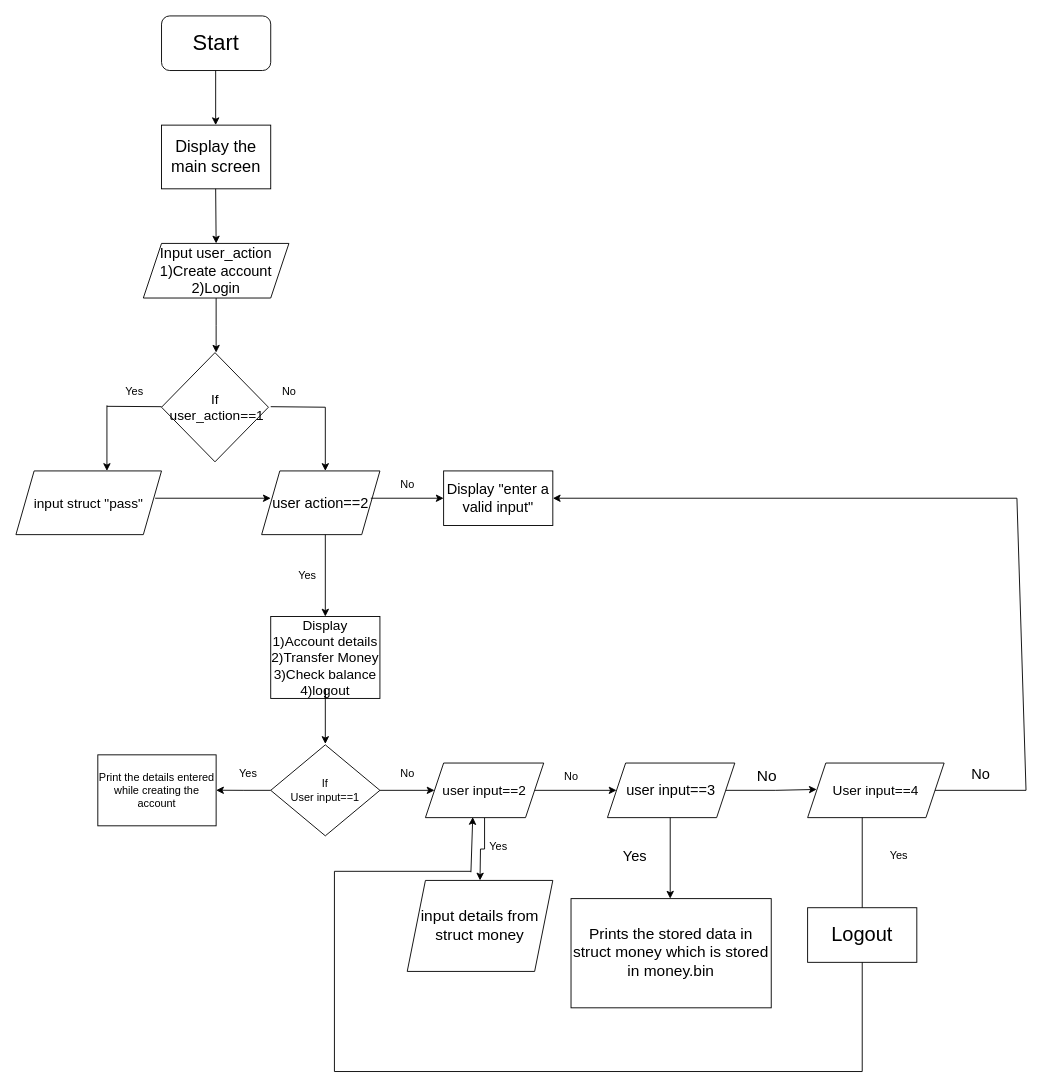
MadaraUchiha2006/Bank_Management_System keeps this draw.io diagram as Untitled Diagram.drawio. Above is the earlier version. Source tidied: cells renumbered, new cells numbered last; positions are measured from the earlier drawing's top-left corner, leaving out a move shared by most shapes. Both pictures are drawn from the tidied source at 91%, with x=0, y=0 at pixel (15, 15).
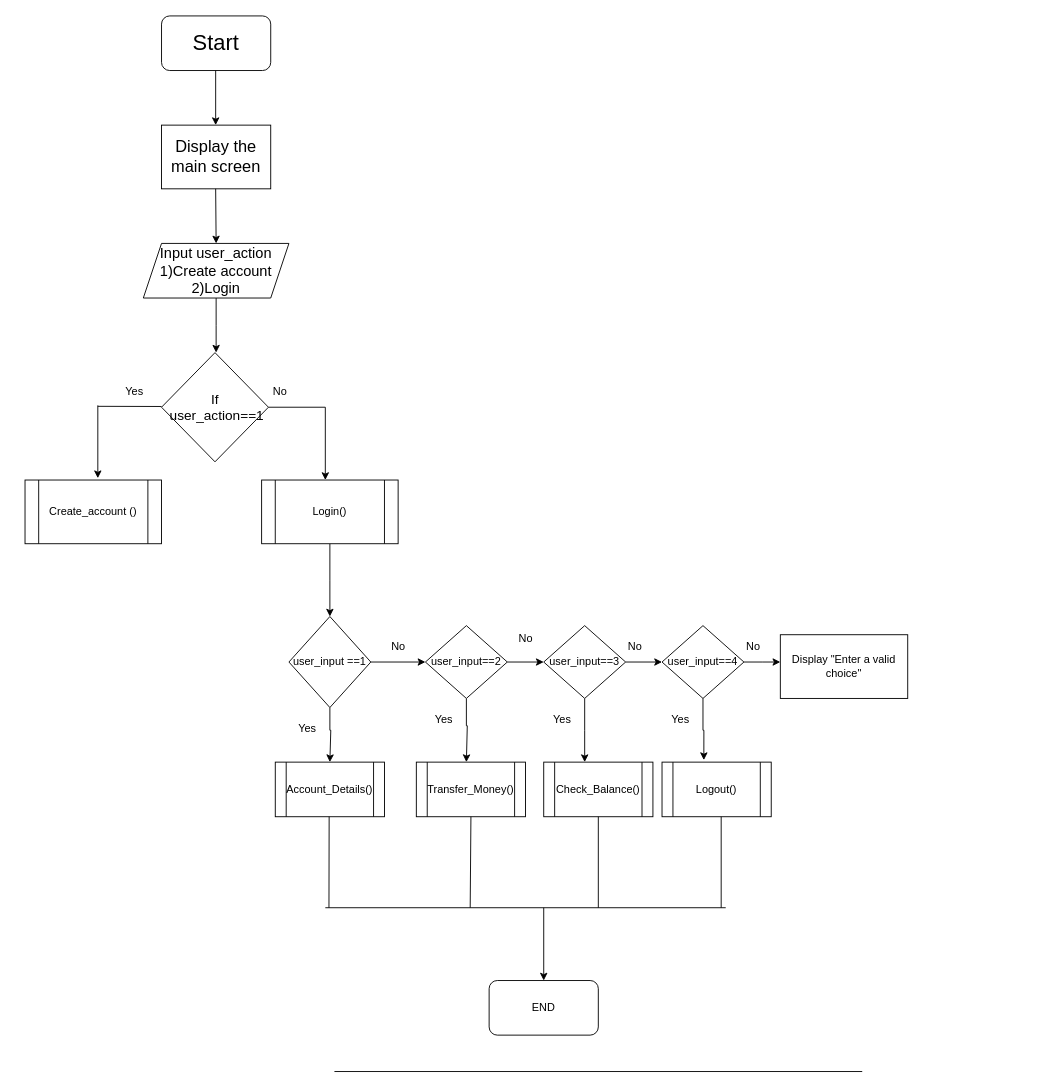
The same diagram, later.

What changed in the source:
```diff
@@
+    <mxCell id="46" style="endArrow=none;html=1;rounded=0;" parent="1" edge="1">
+      <mxGeometry relative="1" as="geometry">
+        <mxPoint x="350" y="1160" as="sourcePoint" />
+        <mxPoint x="930" y="1160" as="targetPoint" />
+      </mxGeometry>
+    </mxCell>
@@
-    <mxCell id="10" value="No" style="text;html=1;align=center;verticalAlign=middle;strokeColor=none;fillColor=none;" parent="1" vertex="1">
-      <mxGeometry x="280" y="398" width="40" height="30" as="geometry" />
-    </mxCell>
-    <mxCell id="11" style="endArrow=none;html=1;rounded=0;" parent="1" edge="1">
-      <mxGeometry relative="1" as="geometry">
-        <mxPoint x="100" y="429" as="sourcePoint" />
-        <mxPoint x="160" y="429.4" as="targetPoint" />
-      </mxGeometry>
-    </mxCell>
-    <mxCell id="12" style="endArrow=classic;html=1;rounded=0;" parent="1" edge="1">
-      <mxGeometry relative="1" as="geometry">
-        <mxPoint x="100" y="428" as="sourcePoint" />
-        <mxPoint x="100" y="500" as="targetPoint" />
-      </mxGeometry>
-    </mxCell>
-    <mxCell id="13" value="&lt;font style=&quot;font-size: 15px;&quot;&gt;input struct &quot;pass&quot;&lt;/font&gt;" style="shape=parallelogram;perimeter=parallelogramPerimeter;whiteSpace=wrap;html=1;fixedSize=1;" parent="1" vertex="1">
-      <mxGeometry y="500" width="160" height="70" as="geometry" />
-    </mxCell>
-    <mxCell id="14" style="endArrow=none;html=1;rounded=0;" parent="1" edge="1">
-      <mxGeometry relative="1" as="geometry">
-        <mxPoint x="280" y="429.4" as="sourcePoint" />
-        <mxPoint x="340" y="430" as="targetPoint" />
-      </mxGeometry>
-    </mxCell>
-    <mxCell id="15" style="endArrow=classic;html=1;rounded=0;" parent="1" edge="1">
-      <mxGeometry relative="1" as="geometry">
-        <mxPoint x="340" y="430" as="sourcePoint" />
-        <mxPoint x="340" y="500" as="targetPoint" />
-      </mxGeometry>
-    </mxCell>
-    <mxCell id="16" value="&lt;font style=&quot;font-size: 16px;&quot;&gt;user action==2&lt;/font&gt;" style="shape=parallelogram;perimeter=parallelogramPerimeter;whiteSpace=wrap;html=1;fixedSize=1;" parent="1" vertex="1">
-      <mxGeometry x="270" y="500" width="130" height="70" as="geometry" />
-    </mxCell>
-    <mxCell id="17" style="endArrow=classic;html=1;rounded=0;" parent="1" edge="1">
-      <mxGeometry relative="1" as="geometry">
-        <mxPoint x="153" y="530" as="sourcePoint" />
-        <mxPoint x="280" y="530" as="targetPoint" />
-      </mxGeometry>
-    </mxCell>
-    <mxCell id="18" style="endArrow=classic;html=1;rounded=0;" parent="1" edge="1">
-      <mxGeometry relative="1" as="geometry">
-        <mxPoint x="340" y="570" as="sourcePoint" />
-        <mxPoint x="340" y="660" as="targetPoint" />
-      </mxGeometry>
-    </mxCell>
-    <mxCell id="19" style="endArrow=classic;html=1;rounded=0;" parent="1" edge="1">
-      <mxGeometry relative="1" as="geometry">
-        <mxPoint x="390" y="530" as="sourcePoint" />
-        <mxPoint x="470" y="530" as="targetPoint" />
-      </mxGeometry>
-    </mxCell>
-    <mxCell id="20" value="&lt;font style=&quot;font-size: 16px;&quot;&gt;Display &quot;enter a valid input&quot;&lt;/font&gt;" style="rounded=0;whiteSpace=wrap;html=1;" parent="1" vertex="1">
-      <mxGeometry x="470" y="500" width="120" height="60" as="geometry" />
-    </mxCell>
-    <mxCell id="21" value="No" style="text;html=1;align=center;verticalAlign=middle;strokeColor=none;fillColor=none;" parent="1" vertex="1">
-      <mxGeometry x="410" y="500" width="40" height="30" as="geometry" />
-    </mxCell>
-    <mxCell id="22" value="Yes" style="text;html=1;align=center;verticalAlign=middle;strokeColor=none;fillColor=none;" parent="1" vertex="1">
-      <mxGeometry x="300" y="600" width="40" height="30" as="geometry" />
-    </mxCell>
-    <mxCell id="23" value="&lt;font style=&quot;font-size: 15px;&quot;&gt;Display&lt;br&gt;1)Account details&lt;br&gt;2)Transfer Money&lt;br&gt;3)Check balance&lt;br&gt;4)logout&lt;/font&gt;" style="rounded=0;whiteSpace=wrap;html=1;" parent="1" vertex="1">
-      <mxGeometry x="280" y="660" width="120" height="90" as="geometry" />
-    </mxCell>
-    <mxCell id="24" style="endArrow=classic;html=1;rounded=0;exitX=-0.027;exitY=0.368;exitDx=0;exitDy=0;exitPerimeter=0;" parent="1" edge="1">
-      <mxGeometry relative="1" as="geometry">
-        <mxPoint x="340" y="750" as="sourcePoint" />
-        <mxPoint x="340" y="800" as="targetPoint" />
-        <Array as="points">
-          <mxPoint x="340" y="740" />
-        </Array>
-      </mxGeometry>
-    </mxCell>
-    <mxCell id="25" style="edgeStyle=orthogonalEdgeStyle;rounded=0;jettySize=auto;html=1;exitX=0;exitY=0.5;exitDx=0;exitDy=0;" parent="1" edge="1" source="27">
-      <mxGeometry relative="1" as="geometry">
-        <mxPoint x="220" y="850.9" as="targetPoint" />
-      </mxGeometry>
-    </mxCell>
-    <mxCell id="26" style="edgeStyle=orthogonalEdgeStyle;rounded=0;jettySize=auto;html=1;exitX=1;exitY=0.5;exitDx=0;exitDy=0;entryX=0;entryY=0.5;entryDx=0;entryDy=0;" parent="1" edge="1" source="27" target="32">
-      <mxGeometry relative="1" as="geometry" />
-    </mxCell>
-    <mxCell id="27" value="If &lt;br&gt;User input==1" style="rhombus;whiteSpace=wrap;html=1;" parent="1" vertex="1">
-      <mxGeometry x="280" y="801" width="120" height="100" as="geometry" />
-    </mxCell>
-    <mxCell id="28" value="Yes" style="text;html=1;align=center;verticalAlign=middle;strokeColor=none;fillColor=none;" parent="1" vertex="1">
-      <mxGeometry x="235" y="818" width="40" height="30" as="geometry" />
-    </mxCell>
-    <mxCell id="29" value="Print the details entered while creating the account" style="rounded=0;whiteSpace=wrap;html=1;" parent="1" vertex="1">
-      <mxGeometry x="90" y="812" width="130" height="78" as="geometry" />
-    </mxCell>
-    <mxCell id="30" style="edgeStyle=orthogonalEdgeStyle;rounded=0;jettySize=auto;html=1;exitX=0.5;exitY=1;exitDx=0;exitDy=0;" parent="1" edge="1" source="32">
-      <mxGeometry relative="1" as="geometry">
-        <mxPoint x="510" y="950" as="targetPoint" />
-      </mxGeometry>
-    </mxCell>
-    <mxCell id="31" style="edgeStyle=orthogonalEdgeStyle;rounded=0;jettySize=auto;html=1;exitX=1;exitY=0.5;exitDx=0;exitDy=0;entryX=0;entryY=0.5;entryDx=0;entryDy=0;" parent="1" edge="1" source="32" target="38">
-      <mxGeometry relative="1" as="geometry" />
-    </mxCell>
-    <mxCell id="32" value="&lt;font style=&quot;font-size: 15px;&quot;&gt;user input==2&lt;/font&gt;" style="shape=parallelogram;perimeter=parallelogramPerimeter;whiteSpace=wrap;html=1;fixedSize=1;" parent="1" vertex="1">
-      <mxGeometry x="450" y="821" width="130" height="60" as="geometry" />
-    </mxCell>
-    <mxCell id="33" value="No&lt;br&gt;" style="text;html=1;align=center;verticalAlign=middle;strokeColor=none;fillColor=none;" parent="1" vertex="1">
-      <mxGeometry x="410" y="818" width="40" height="30" as="geometry" />
-    </mxCell>
-    <mxCell id="34" value="&lt;font style=&quot;font-size: 17px;&quot;&gt;input details from struct money&lt;/font&gt;" style="shape=parallelogram;perimeter=parallelogramPerimeter;whiteSpace=wrap;html=1;fixedSize=1;" parent="1" vertex="1">
-      <mxGeometry x="430" y="950" width="160" height="100" as="geometry" />
-    </mxCell>
-    <mxCell id="35" value="Yes" style="text;html=1;align=center;verticalAlign=middle;points=[];strokeColor=none;fillColor=none;" parent="1" vertex="1">
-      <mxGeometry x="510" y="898" width="40" height="30" as="geometry" />
-    </mxCell>
-    <mxCell id="36" value="No&lt;br&gt;" style="text;html=1;align=center;verticalAlign=middle;strokeColor=none;fillColor=none;" parent="1" vertex="1">
-      <mxGeometry x="590" y="821" width="40" height="30" as="geometry" />
-    </mxCell>
-    <mxCell id="37" style="edgeStyle=orthogonalEdgeStyle;rounded=0;jettySize=auto;html=1;exitX=1;exitY=0.5;exitDx=0;exitDy=0;" parent="1" edge="1" source="38">
-      <mxGeometry relative="1" as="geometry">
-        <mxPoint x="880" y="850" as="targetPoint" />
-      </mxGeometry>
-    </mxCell>
-    <mxCell id="38" value="&lt;font style=&quot;font-size: 16px;&quot;&gt;user input==3&lt;/font&gt;" style="shape=parallelogram;perimeter=parallelogramPerimeter;whiteSpace=wrap;html=1;fixedSize=1;" parent="1" vertex="1">
-      <mxGeometry x="650" y="821" width="140" height="60" as="geometry" />
-    </mxCell>
-    <mxCell id="39" value="&lt;font style=&quot;font-size: 17px;&quot;&gt;Prints the stored data in struct money which is stored in money.bin&lt;/font&gt;" style="rounded=0;whiteSpace=wrap;html=1;" parent="1" vertex="1">
-      <mxGeometry x="610" y="970" width="220" height="120" as="geometry" />
-    </mxCell>
-    <mxCell id="40" style="endArrow=classic;html=1;rounded=0;" parent="1" edge="1">
-      <mxGeometry relative="1" as="geometry">
-        <mxPoint x="719" y="881" as="sourcePoint" />
-        <mxPoint x="719" y="970" as="targetPoint" />
-      </mxGeometry>
-    </mxCell>
-    <mxCell id="41" value="&lt;font style=&quot;font-size: 16px;&quot;&gt;Yes&lt;/font&gt;" style="text;html=1;align=center;verticalAlign=middle;strokeColor=none;fillColor=none;" parent="1" vertex="1">
-      <mxGeometry x="655" y="908" width="50" height="30" as="geometry" />
-    </mxCell>
-    <mxCell id="42" value="&lt;font style=&quot;font-size: 17px;&quot;&gt;No&lt;/font&gt;" style="text;html=1;align=center;verticalAlign=middle;strokeColor=none;fillColor=none;" parent="1" vertex="1">
-      <mxGeometry x="800" y="821" width="50" height="30" as="geometry" />
-    </mxCell>
-    <mxCell id="43" value="&lt;font style=&quot;font-size: 15px;&quot;&gt;User input==4&lt;/font&gt;" style="shape=parallelogram;perimeter=parallelogramPerimeter;whiteSpace=wrap;html=1;fixedSize=1;" parent="1" vertex="1">
-      <mxGeometry x="870" y="821" width="150" height="60" as="geometry" />
-    </mxCell>
-    <mxCell id="44" value="Yes" style="text;html=1;align=center;verticalAlign=middle;strokeColor=none;fillColor=none;" parent="1" vertex="1">
-      <mxGeometry x="950" y="908" width="40" height="30" as="geometry" />
-    </mxCell>
-    <mxCell id="45" style="endArrow=none;html=1;rounded=0;" parent="1" edge="1">
-      <mxGeometry relative="1" as="geometry">
-        <mxPoint x="930" y="881" as="sourcePoint" />
-        <mxPoint x="930" y="1160" as="targetPoint" />
-      </mxGeometry>
-    </mxCell>
-    <mxCell id="46" style="endArrow=none;html=1;rounded=0;" parent="1" edge="1">
-      <mxGeometry relative="1" as="geometry">
-        <mxPoint x="350" y="1160" as="sourcePoint" />
-        <mxPoint x="930" y="1160" as="targetPoint" />
-      </mxGeometry>
-    </mxCell>
-    <mxCell id="47" style="endArrow=none;html=1;rounded=0;" parent="1" edge="1">
-      <mxGeometry relative="1" as="geometry">
-        <mxPoint x="350" y="1160" as="sourcePoint" />
-        <mxPoint x="350" y="940" as="targetPoint" />
-      </mxGeometry>
-    </mxCell>
-    <mxCell id="48" style="endArrow=none;html=1;rounded=0;entryX=-0.25;entryY=1.4;entryDx=0;entryDy=0;entryPerimeter=0;" parent="1" edge="1" target="35">
-      <mxGeometry relative="1" as="geometry">
-        <mxPoint x="350" y="940" as="sourcePoint" />
-      </mxGeometry>
-    </mxCell>
-    <mxCell id="49" style="endArrow=classic;html=1;rounded=0;entryX=0.4;entryY=0.99;entryDx=0;entryDy=0;entryPerimeter=0;" parent="1" edge="1" target="32">
-      <mxGeometry relative="1" as="geometry">
-        <mxPoint x="500" y="941" as="sourcePoint" />
-      </mxGeometry>
-    </mxCell>
-    <mxCell id="50" value="&lt;font style=&quot;font-size: 22px;&quot;&gt;Logout&lt;/font&gt;" style="rounded=0;whiteSpace=wrap;html=1;" parent="1" vertex="1">
-      <mxGeometry x="870" y="980" width="120" height="60" as="geometry" />
-    </mxCell>
-    <mxCell id="51" style="endArrow=none;html=1;rounded=0;" parent="1" edge="1">
-      <mxGeometry relative="1" as="geometry">
-        <mxPoint x="1010" y="851" as="sourcePoint" />
-        <mxPoint x="1110" y="851" as="targetPoint" />
-      </mxGeometry>
-    </mxCell>
-    <mxCell id="52" value="&lt;font style=&quot;font-size: 16px;&quot;&gt;No&lt;/font&gt;" style="text;html=1;align=center;verticalAlign=middle;strokeColor=none;fillColor=none;" parent="1" vertex="1">
-      <mxGeometry x="1040" y="818" width="40" height="30" as="geometry" />
-    </mxCell>
-    <mxCell id="53" style="endArrow=none;html=1;rounded=0;" parent="1" edge="1">
-      <mxGeometry relative="1" as="geometry">
-        <mxPoint x="1100" y="530" as="sourcePoint" />
-        <mxPoint x="1110" y="851" as="targetPoint" />
-      </mxGeometry>
-    </mxCell>
-    <mxCell id="54" style="endArrow=classic;html=1;rounded=0;entryX=1;entryY=0.5;entryDx=0;entryDy=0;" parent="1" edge="1" target="20">
-      <mxGeometry relative="1" as="geometry">
-        <mxPoint x="1100" y="530" as="sourcePoint" />
-      </mxGeometry>
-    </mxCell>
+    <mxCell id="55" value="No" style="text;html=1;align=center;verticalAlign=middle;strokeColor=none;fillColor=none;" parent="1" vertex="1">
+      <mxGeometry x="270" y="398" width="40" height="30" as="geometry" />
+    </mxCell>
+    <mxCell id="56" style="endArrow=classic;html=1;rounded=0;" parent="1" edge="1">
+      <mxGeometry relative="1" as="geometry">
+        <mxPoint x="90" y="428" as="sourcePoint" />
+        <mxPoint x="90" y="508" as="targetPoint" />
+      </mxGeometry>
+    </mxCell>
+    <mxCell id="57" style="endArrow=none;html=1;rounded=0;entryX=0.083;entryY=0.767;entryDx=0;entryDy=0;entryPerimeter=0;" parent="1" edge="1">
+      <mxGeometry relative="1" as="geometry">
+        <mxPoint x="90" y="429" as="sourcePoint" />
+        <mxPoint x="160" y="429.2" as="targetPoint" />
+      </mxGeometry>
+    </mxCell>
+    <mxCell id="58" value="Create_account ()" style="shape=process;whiteSpace=wrap;html=1;backgroundOutline=1;" parent="1" vertex="1">
+      <mxGeometry x="10" y="510" width="150" height="70" as="geometry" />
+    </mxCell>
+    <mxCell id="59" style="endArrow=none;html=1;rounded=0;" parent="1" edge="1">
+      <mxGeometry relative="1" as="geometry">
+        <mxPoint x="277.5" y="430" as="sourcePoint" />
+        <mxPoint x="340" y="430" as="targetPoint" />
+      </mxGeometry>
+    </mxCell>
+    <mxCell id="60" style="endArrow=classic;html=1;rounded=0;" parent="1" edge="1">
+      <mxGeometry relative="1" as="geometry">
+        <mxPoint x="340" y="430" as="sourcePoint" />
+        <mxPoint x="340" y="510" as="targetPoint" />
+      </mxGeometry>
+    </mxCell>
+    <mxCell id="61" style="edgeStyle=orthogonalEdgeStyle;rounded=0;jettySize=auto;html=1;exitX=0.5;exitY=1;exitDx=0;exitDy=0;" parent="1" edge="1" source="62">
+      <mxGeometry relative="1" as="geometry">
+        <mxPoint x="345" y="660" as="targetPoint" />
+      </mxGeometry>
+    </mxCell>
+    <mxCell id="62" value="Login()" style="shape=process;whiteSpace=wrap;html=1;backgroundOutline=1;" parent="1" vertex="1">
+      <mxGeometry x="270" y="510" width="150" height="70" as="geometry" />
+    </mxCell>
+    <mxCell id="63" style="edgeStyle=orthogonalEdgeStyle;rounded=0;jettySize=auto;html=1;exitX=0.5;exitY=1;exitDx=0;exitDy=0;" parent="1" edge="1" source="65">
+      <mxGeometry relative="1" as="geometry">
+        <mxPoint x="345" y="820" as="targetPoint" />
+        <Array as="points">
+          <mxPoint x="345" y="785" />
+          <mxPoint x="346" y="810" />
+        </Array>
+      </mxGeometry>
+    </mxCell>
+    <mxCell id="64" style="edgeStyle=orthogonalEdgeStyle;rounded=0;jettySize=auto;html=1;exitX=1;exitY=0.5;exitDx=0;exitDy=0;" parent="1" edge="1" source="65" target="68">
+      <mxGeometry relative="1" as="geometry" />
+    </mxCell>
+    <mxCell id="65" value="user_input ==1" style="rhombus;whiteSpace=wrap;html=1;" parent="1" vertex="1">
+      <mxGeometry x="300" y="660" width="90" height="100" as="geometry" />
+    </mxCell>
+    <mxCell id="66" style="edgeStyle=orthogonalEdgeStyle;rounded=0;jettySize=auto;html=1;exitX=1;exitY=0.5;exitDx=0;exitDy=0;" parent="1" edge="1" source="68" target="71">
+      <mxGeometry relative="1" as="geometry" />
+    </mxCell>
+    <mxCell id="67" style="edgeStyle=orthogonalEdgeStyle;rounded=0;jettySize=auto;html=1;exitX=0.5;exitY=1;exitDx=0;exitDy=0;" parent="1" edge="1" source="68">
+      <mxGeometry relative="1" as="geometry">
+        <mxPoint x="495" y="820" as="targetPoint" />
+        <Array as="points">
+          <mxPoint x="495" y="780" />
+          <mxPoint x="496" y="810" />
+        </Array>
+      </mxGeometry>
+    </mxCell>
+    <mxCell id="68" value="user_input==2" style="rhombus;whiteSpace=wrap;html=1;" parent="1" vertex="1">
+      <mxGeometry x="450" y="670" width="90" height="80" as="geometry" />
+    </mxCell>
+    <mxCell id="69" style="edgeStyle=orthogonalEdgeStyle;rounded=0;jettySize=auto;html=1;exitX=1;exitY=0.5;exitDx=0;exitDy=0;" parent="1" edge="1" source="71" target="73">
+      <mxGeometry relative="1" as="geometry" />
+    </mxCell>
+    <mxCell id="70" style="edgeStyle=orthogonalEdgeStyle;rounded=0;jettySize=auto;html=1;exitX=0.5;exitY=1;exitDx=0;exitDy=0;" parent="1" edge="1" source="71">
+      <mxGeometry relative="1" as="geometry">
+        <mxPoint x="625" y="820" as="targetPoint" />
+      </mxGeometry>
+    </mxCell>
+    <mxCell id="71" value="user_input==3" style="rhombus;whiteSpace=wrap;html=1;" parent="1" vertex="1">
+      <mxGeometry x="580" y="670" width="90" height="80" as="geometry" />
+    </mxCell>
+    <mxCell id="72" style="edgeStyle=orthogonalEdgeStyle;rounded=0;jettySize=auto;html=1;exitX=1;exitY=0.5;exitDx=0;exitDy=0;" parent="1" edge="1" source="73">
+      <mxGeometry relative="1" as="geometry">
+        <mxPoint x="840" y="710" as="targetPoint" />
+      </mxGeometry>
+    </mxCell>
+    <mxCell id="73" value="user_input==4" style="rhombus;whiteSpace=wrap;html=1;" parent="1" vertex="1">
+      <mxGeometry x="710" y="670" width="90" height="80" as="geometry" />
+    </mxCell>
+    <mxCell id="74" value="Yes" style="text;html=1;align=center;verticalAlign=middle;strokeColor=none;fillColor=none;" parent="1" vertex="1">
+      <mxGeometry x="300" y="768" width="40" height="30" as="geometry" />
+    </mxCell>
+    <mxCell id="75" value="No" style="text;html=1;align=center;verticalAlign=middle;strokeColor=none;fillColor=none;" parent="1" vertex="1">
+      <mxGeometry x="400" y="678" width="40" height="30" as="geometry" />
+    </mxCell>
+    <mxCell id="76" value="Yes" style="text;html=1;align=center;verticalAlign=middle;strokeColor=none;fillColor=none;" parent="1" vertex="1">
+      <mxGeometry x="450" y="758" width="40" height="30" as="geometry" />
+    </mxCell>
+    <mxCell id="77" value="No" style="text;html=1;align=center;verticalAlign=middle;strokeColor=none;fillColor=none;" parent="1" vertex="1">
+      <mxGeometry x="540" y="670" width="40" height="30" as="geometry" />
+    </mxCell>
+    <mxCell id="78" value="Yes" style="text;html=1;align=center;verticalAlign=middle;strokeColor=none;fillColor=none;" parent="1" vertex="1">
+      <mxGeometry x="580" y="758" width="40" height="30" as="geometry" />
+    </mxCell>
+    <mxCell id="79" value="No" style="text;html=1;align=center;verticalAlign=middle;strokeColor=none;fillColor=none;" parent="1" vertex="1">
+      <mxGeometry x="660" y="678" width="40" height="30" as="geometry" />
+    </mxCell>
+    <mxCell id="80" value="Yes" style="text;html=1;align=center;verticalAlign=middle;strokeColor=none;fillColor=none;" parent="1" vertex="1">
+      <mxGeometry x="710" y="758" width="40" height="30" as="geometry" />
+    </mxCell>
+    <mxCell id="81" value="No" style="text;html=1;align=center;verticalAlign=middle;strokeColor=none;fillColor=none;" parent="1" vertex="1">
+      <mxGeometry x="790" y="678" width="40" height="30" as="geometry" />
+    </mxCell>
+    <mxCell id="82" value="Display &quot;Enter a valid choice&quot;" style="rounded=0;whiteSpace=wrap;html=1;" parent="1" vertex="1">
+      <mxGeometry x="840" y="680" width="140" height="70" as="geometry" />
+    </mxCell>
+    <mxCell id="83" value="Account_Details()" style="shape=process;whiteSpace=wrap;html=1;backgroundOutline=1;" parent="1" vertex="1">
+      <mxGeometry x="285" y="820" width="120" height="60" as="geometry" />
+    </mxCell>
+    <mxCell id="84" value="Transfer_Money()" style="shape=process;whiteSpace=wrap;html=1;backgroundOutline=1;" parent="1" vertex="1">
+      <mxGeometry x="440" y="820" width="120" height="60" as="geometry" />
+    </mxCell>
+    <mxCell id="85" value="Check_Balance()" style="shape=process;whiteSpace=wrap;html=1;backgroundOutline=1;" parent="1" vertex="1">
+      <mxGeometry x="580" y="820" width="120" height="60" as="geometry" />
+    </mxCell>
+    <mxCell id="86" value="Logout()" style="shape=process;whiteSpace=wrap;html=1;backgroundOutline=1;" parent="1" vertex="1">
+      <mxGeometry x="710" y="820" width="120" height="60" as="geometry" />
+    </mxCell>
+    <mxCell id="87" style="edgeStyle=orthogonalEdgeStyle;rounded=0;jettySize=auto;html=1;exitX=0.5;exitY=1;exitDx=0;exitDy=0;entryX=0.383;entryY=-0.037;entryDx=0;entryDy=0;entryPerimeter=0;" parent="1" edge="1" source="73" target="86">
+      <mxGeometry relative="1" as="geometry" />
+    </mxCell>
+    <mxCell id="88" style="endArrow=none;html=1;rounded=0;" parent="1" edge="1">
+      <mxGeometry relative="1" as="geometry">
+        <mxPoint x="344.2" y="880" as="sourcePoint" />
+        <mxPoint x="344" y="980" as="targetPoint" />
+      </mxGeometry>
+    </mxCell>
+    <mxCell id="89" style="endArrow=none;html=1;rounded=0;" parent="1" edge="1">
+      <mxGeometry relative="1" as="geometry">
+        <mxPoint x="340" y="980" as="sourcePoint" />
+        <mxPoint x="780" y="980" as="targetPoint" />
+      </mxGeometry>
+    </mxCell>
+    <mxCell id="90" style="endArrow=none;html=1;rounded=0;exitX=0.5;exitY=1;exitDx=0;exitDy=0;" parent="1" edge="1" source="84">
+      <mxGeometry relative="1" as="geometry">
+        <mxPoint x="499.2" y="980" as="targetPoint" />
+      </mxGeometry>
+    </mxCell>
+    <mxCell id="91" style="endArrow=none;html=1;rounded=0;" parent="1" edge="1">
+      <mxGeometry relative="1" as="geometry">
+        <mxPoint x="640" y="980" as="sourcePoint" />
+        <mxPoint x="640" y="880" as="targetPoint" />
+      </mxGeometry>
+    </mxCell>
+    <mxCell id="92" style="endArrow=none;html=1;rounded=0;" parent="1" edge="1">
+      <mxGeometry relative="1" as="geometry">
+        <mxPoint x="775" y="980" as="sourcePoint" />
+        <mxPoint x="775" y="880" as="targetPoint" />
+      </mxGeometry>
+    </mxCell>
+    <mxCell id="93" style="endArrow=classic;html=1;rounded=0;" parent="1" edge="1">
+      <mxGeometry relative="1" as="geometry">
+        <mxPoint x="580" y="980" as="sourcePoint" />
+        <mxPoint x="580" y="1060" as="targetPoint" />
+      </mxGeometry>
+    </mxCell>
+    <mxCell id="94" value="END" style="rounded=1;whiteSpace=wrap;html=1;" parent="1" vertex="1">
+      <mxGeometry x="520" y="1060" width="120" height="60" as="geometry" />
+    </mxCell>
```
